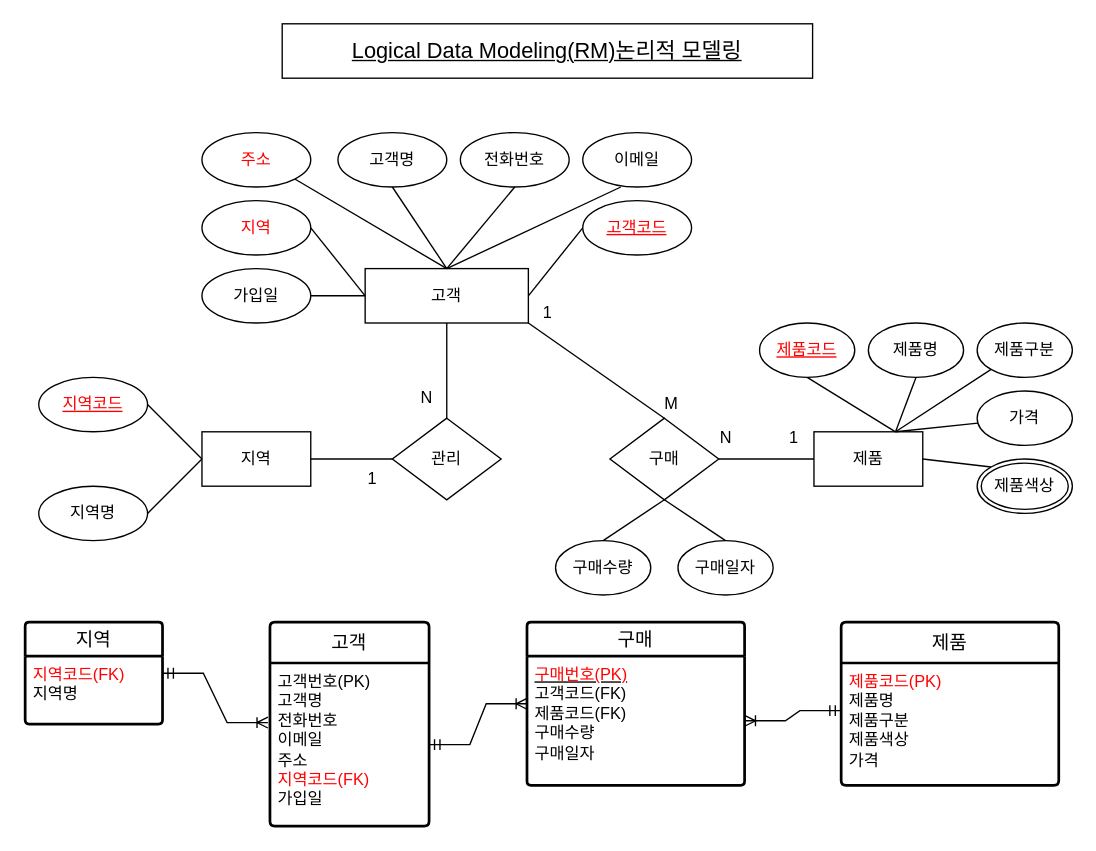
The draw.io diagram page "페이지-2" (2 of 2) of erd.drawio in jrjosh1207/ai8erd, before the edit. Source tidied: cells renumbered, new cells numbered last; positions are measured from the earlier drawing's top-left corner, leaving out a move shared by most shapes. Both pictures are drawn from the tidied source at 136%, with x=0, y=0 at pixel (24, 23).
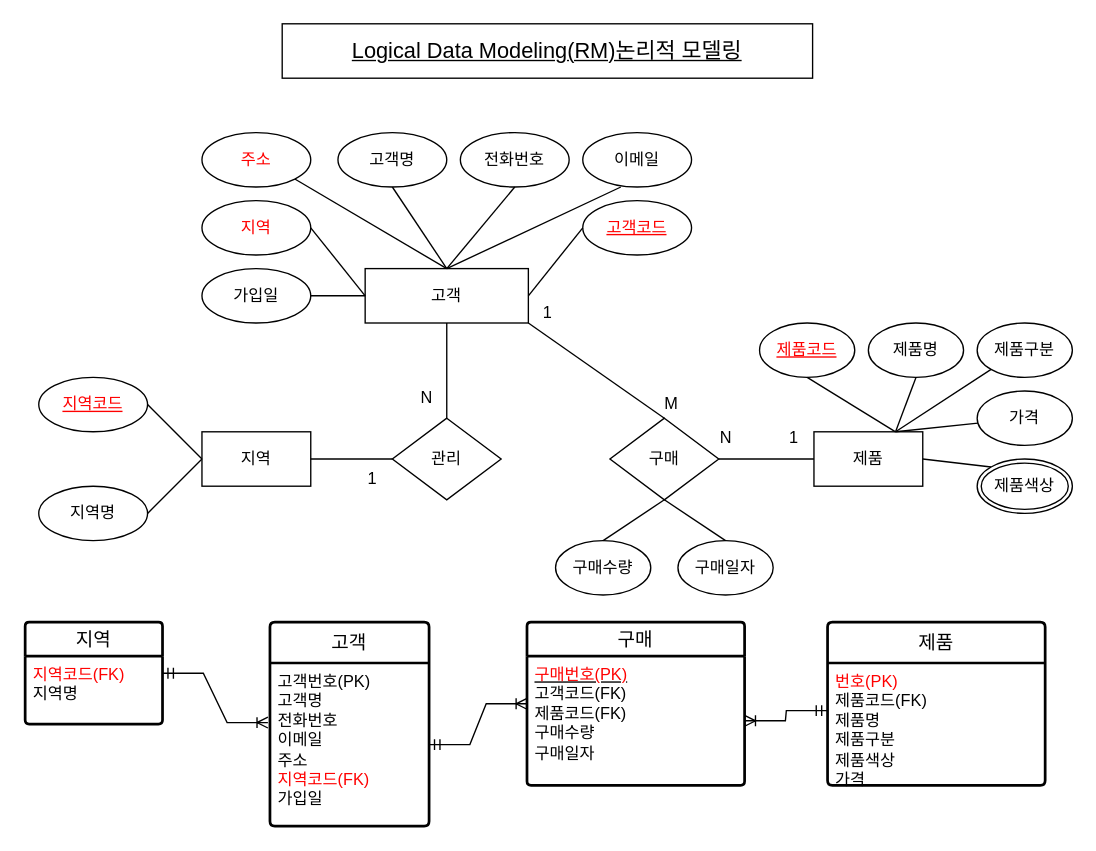
After the change.

What changed in the source:
```diff
@@
     <mxCell id="8" value="제품" style="swimlane;horizontal=1;startSize=30;rounded=1;fontSize=14;fontStyle=0;strokeWidth=2;shadow=0;dashed=0;align=center;arcSize=4;whiteSpace=wrap;html=1;" parent="1" vertex="1">
-      <mxGeometry x="600" y="440" width="160" height="120" as="geometry" />
+      <mxGeometry x="590" y="440" width="160" height="120" as="geometry" />
     </mxCell>
-    <mxCell id="9" value="&lt;font color=&quot;#ff0000&quot;&gt;제품코드(PK)&lt;/font&gt;&lt;br&gt;제품명&lt;br&gt;제품구분&lt;br&gt;제품색상&lt;br&gt;가격" style="align=left;strokeColor=none;fillColor=none;spacingLeft=4;fontSize=12;verticalAlign=top;html=1;" parent="8" vertex="1">
+    <mxCell id="9" value="&lt;font color=&quot;#ff0000&quot;&gt;번호(PK)&lt;/font&gt;&lt;br&gt;제품코드(FK)&lt;br&gt;제품명&lt;br&gt;제품구분&lt;br&gt;제품색상&lt;br&gt;가격" style="align=left;strokeColor=none;fillColor=none;spacingLeft=4;fontSize=12;verticalAlign=top;html=1;" parent="8" vertex="1">
       <mxGeometry y="30" width="160" height="90" as="geometry" />
     </mxCell>
```
